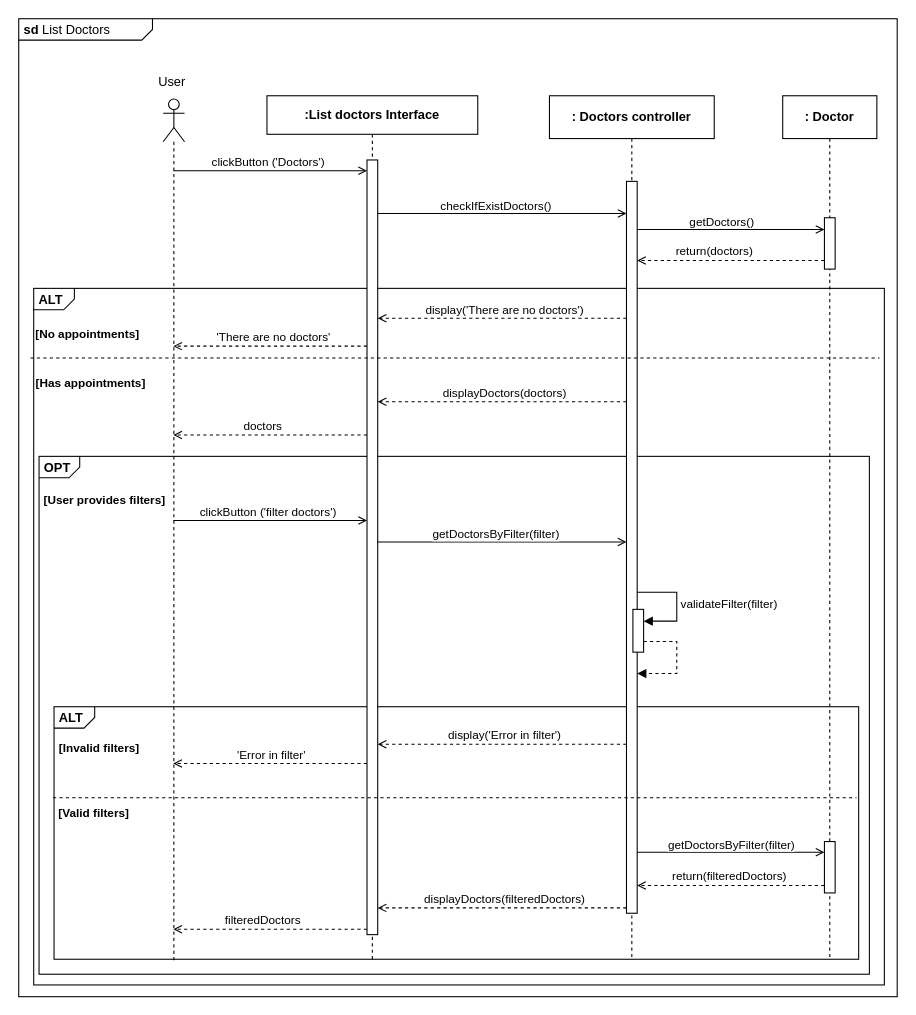
This is Diagrams/Sequence/Sequence Diagram 7.drawio from RafaelCMira/myclinic-msp-project, a draw.io file, before an edit. Source tidied: cells renumbered, new cells numbered last; positions are measured from the earlier drawing's top-left corner, leaving out a move shared by most shapes. Both pictures are drawn from the tidied source at 107%, with x=0, y=0 at pixel (18, 18).
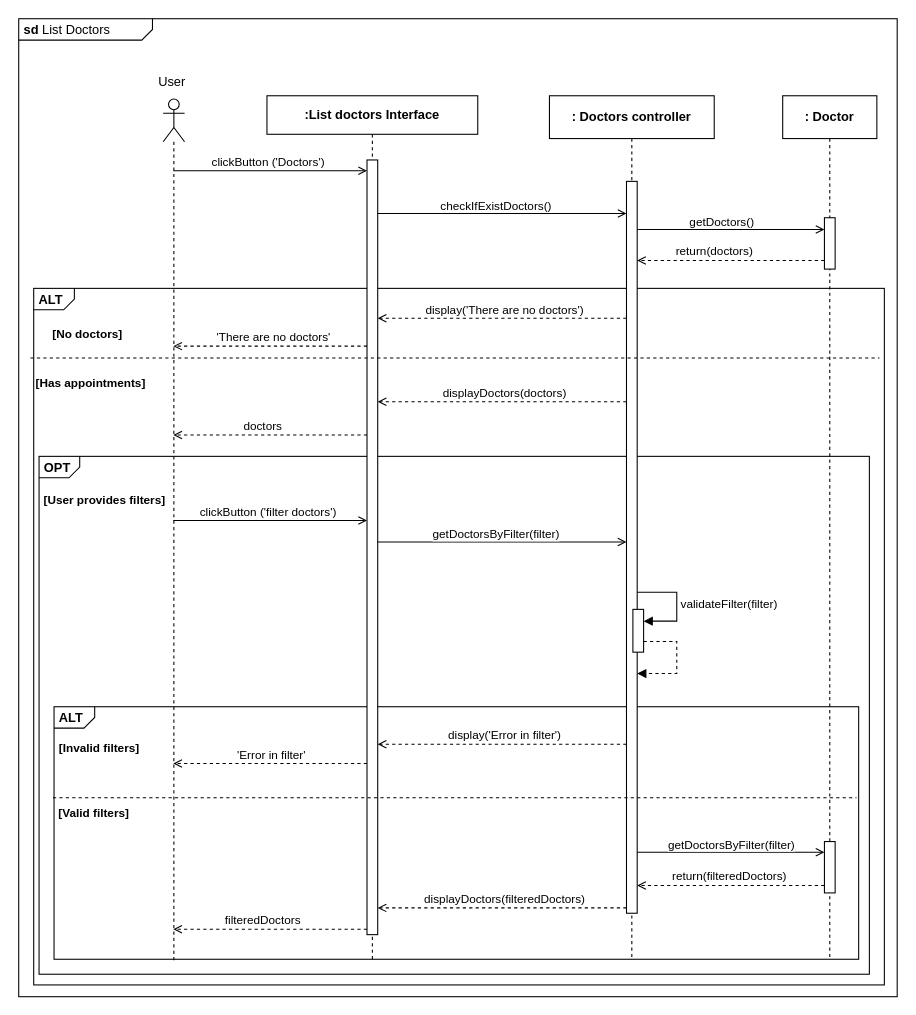
After the change.

Change to the diagram source:
```diff
@@
-    <mxCell id="26" value="&lt;b&gt;[No appointments]&lt;/b&gt;" style="text;html=1;align=center;verticalAlign=middle;strokeColor=none;fillColor=none;fontFamily=Helvetica;fontSize=11;fontColor=default;labelBackgroundColor=default;" parent="1" vertex="1">
-      <mxGeometry x="6" y="282" width="115" height="25" as="geometry" />
+    <mxCell id="26" value="&lt;b&gt;[No doctors]&lt;/b&gt;" style="text;html=1;align=center;verticalAlign=middle;strokeColor=none;fillColor=none;fontFamily=Helvetica;fontSize=11;fontColor=default;labelBackgroundColor=default;" parent="1" vertex="1">
+      <mxGeometry x="19" y="280" width="90" height="30" as="geometry" />
     </mxCell>
```
